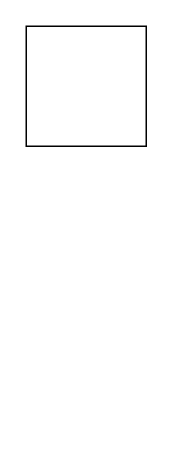
This is Untitled Diagram.drawio from jakobkrabbe/co, a draw.io file, before an edit. Source tidied: cells renumbered, new cells numbered last; positions are measured from the earlier drawing's top-left corner, leaving out a move shared by most shapes. Both pictures are drawn from the tidied source at 150%, with x=0, y=0 at pixel (26, 26).
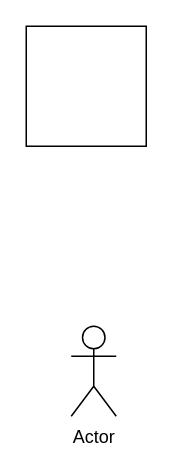
The same page after the edit.

Change to the diagram source:
```diff
@@
 <mxGraphModel>
   <root>
     <mxCell id="0" />
     <mxCell id="1" parent="0" />
+    <mxCell id="3" value="Actor" style="shape=umlActor;verticalLabelPosition=bottom;verticalAlign=top;html=1;" parent="1" vertex="1">
+      <mxGeometry x="30" y="200" width="30" height="60" as="geometry" />
+    </mxCell>
     <mxCell id="2" style="whiteSpace=wrap;html=1;" parent="1" vertex="1">
       <mxGeometry width="80" height="80" as="geometry" />
     </mxCell>
   </root>
 </mxGraphModel>
```
